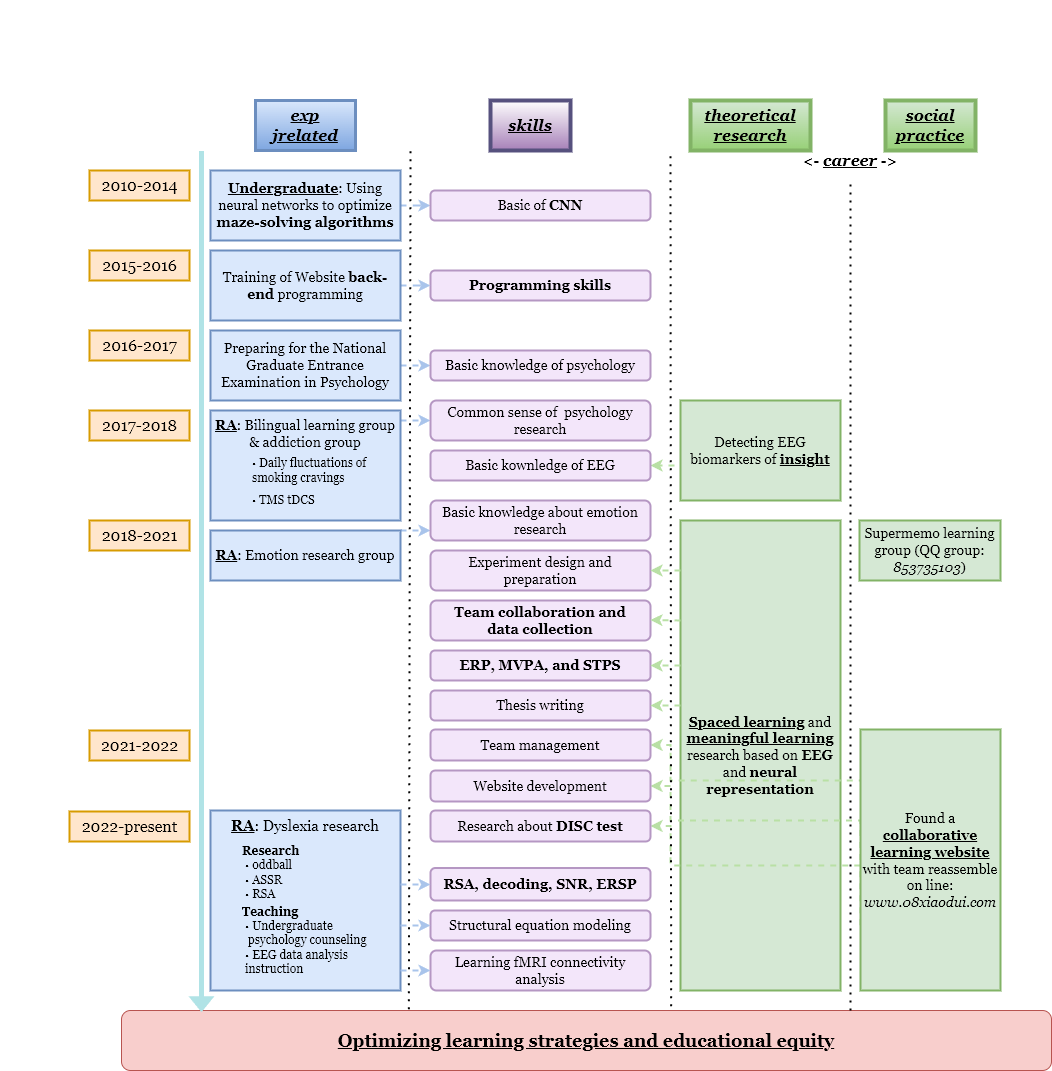
This is 简历时序图CV-第 2 页.drawio.png from guishuyunye-lyw/CV, a draw.io export, as it was before one commit. Source tidied: cells renumbered, new cells last; positions are measured from the earlier drawing's top-left corner, leaving out a move shared by most shapes.
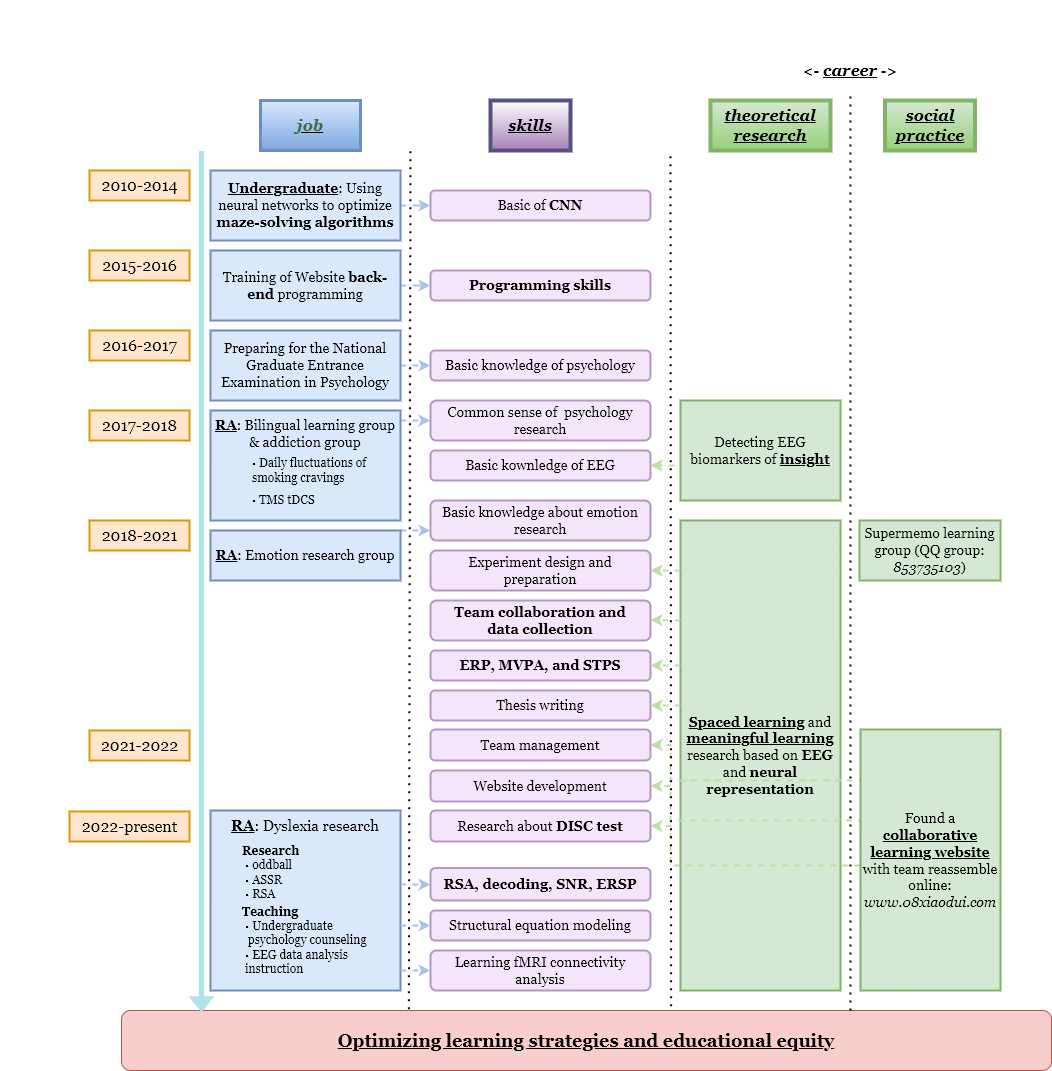
After the change.

What changed in the source:
```diff
@@ -14,11 +14,11 @@
     <mxCell id="5" value="&lt;b style=&quot;font-size: 14px;&quot;&gt;&lt;u style=&quot;font-size: 14px;&quot;&gt;Undergraduate&lt;/u&gt;&lt;/b&gt;: Using neural networks to optimize &lt;b style=&quot;font-size: 14px;&quot;&gt;maze-solving algorithms&lt;/b&gt;" style="rounded=0;whiteSpace=wrap;html=1;fillColor=#dae8fc;strokeColor=#6c8ebf;fontFamily=Georgia;fontSize=14;strokeWidth=2;" parent="1" vertex="1">
       <mxGeometry x="210" y="170" width="190" height="70" as="geometry" />
     </mxCell>
-    <mxCell id="6" value="exp jrelated" style="text;html=1;strokeColor=#6c8ebf;fillColor=#dae8fc;align=center;verticalAlign=middle;whiteSpace=wrap;rounded=0;shadow=0;labelBorderColor=none;fontStyle=7;fontSize=16;fontFamily=Georgia;strokeWidth=3;gradientColor=#7ea6e0;" parent="1" vertex="1">
-      <mxGeometry x="255" y="100" width="100" height="50" as="geometry" />
+    <mxCell id="6" value="&lt;font color=&quot;#397044&quot;&gt;job&lt;/font&gt;" style="text;html=1;strokeColor=#6c8ebf;fillColor=#dae8fc;align=center;verticalAlign=middle;whiteSpace=wrap;rounded=0;shadow=0;labelBorderColor=none;fontStyle=7;fontSize=16;fontFamily=Georgia;strokeWidth=3;gradientColor=#7ea6e0;" parent="1" vertex="1">
+      <mxGeometry x="260" y="100" width="100" height="50" as="geometry" />
     </mxCell>
     <mxCell id="7" value="&lt;i style=&quot;font-size: 16px;&quot;&gt;&lt;u style=&quot;font-size: 16px;&quot;&gt;theoretical research&lt;/u&gt;&lt;/i&gt;" style="text;html=1;strokeColor=#82b366;fillColor=#d5e8d4;align=center;verticalAlign=middle;whiteSpace=wrap;rounded=0;labelBorderColor=none;fontFamily=Georgia;fontSize=16;fontStyle=1;strokeWidth=4;gradientColor=#97d077;" parent="1" vertex="1">
-      <mxGeometry x="690" y="100" width="120" height="50" as="geometry" />
+      <mxGeometry x="710" y="100" width="120" height="50" as="geometry" />
     </mxCell>
     <mxCell id="8" value="skills" style="text;html=1;strokeColor=#56517e;fillColor=#FFFFFF;align=center;verticalAlign=middle;whiteSpace=wrap;rounded=0;labelBorderColor=none;fontFamily=Georgia;fontSize=16;fontStyle=7;strokeWidth=4;gradientColor=#A680B8;" parent="1" vertex="1">
       <mxGeometry x="490" y="100" width="80" height="50" as="geometry" />
@@ -102,7 +102,7 @@
         </Array>
       </mxGeometry>
     </mxCell>
-    <mxCell id="28" value="Found a &lt;b&gt;&lt;u&gt;collaborative learning website&lt;/u&gt;&lt;/b&gt; with team reassemble on line:&lt;br style=&quot;font-size: 14px;&quot;&gt;&lt;i&gt;www.08xiaodui.com&lt;/i&gt;" style="rounded=0;whiteSpace=wrap;html=1;fontFamily=Georgia;fontSize=14;fillColor=#d5e8d4;strokeColor=#82b366;strokeWidth=2;" parent="1" vertex="1">
+    <mxCell id="28" value="Found a &lt;b&gt;&lt;u&gt;collaborative learning website&lt;/u&gt;&lt;/b&gt; with team reassemble online:&lt;br style=&quot;font-size: 14px;&quot;&gt;&lt;i&gt;www.08xiaodui.com&lt;/i&gt;" style="rounded=0;whiteSpace=wrap;html=1;fontFamily=Georgia;fontSize=14;fillColor=#d5e8d4;strokeColor=#82b366;strokeWidth=2;" parent="1" vertex="1">
       <mxGeometry x="860" y="729" width="140" height="261" as="geometry" />
     </mxCell>
     <mxCell id="29" style="edgeStyle=orthogonalEdgeStyle;rounded=1;jettySize=auto;html=1;exitX=1;exitY=0;exitDx=0;exitDy=0;entryX=0;entryY=0.75;entryDx=0;entryDy=0;dashed=1;strokeWidth=2;strokeColor=#A9C4EB;" parent="1" edge="1" source="30" target="32">
@@ -216,7 +216,7 @@
       <mxGeometry x="240" y="903.5" width="150" height="72.5" as="geometry" />
     </mxCell>
     <mxCell id="59" value="&lt;i style=&quot;font-size: 16px;&quot;&gt;&lt;u style=&quot;font-size: 16px;&quot;&gt;social practice&lt;/u&gt;&lt;/i&gt;" style="text;html=1;strokeColor=#82b366;fillColor=#d5e8d4;align=center;verticalAlign=middle;whiteSpace=wrap;rounded=0;labelBorderColor=none;fontFamily=Georgia;fontSize=16;fontStyle=1;strokeWidth=4;gradientColor=#97d077;" parent="1" vertex="1">
-      <mxGeometry x="885" y="100" width="90" height="50" as="geometry" />
+      <mxGeometry x="884.5" y="100" width="90" height="50" as="geometry" />
     </mxCell>
     <mxCell id="60" value="2022-present" style="text;html=1;align=center;verticalAlign=middle;strokeColor=#d79b00;fillColor=#ffe6cc;fontFamily=Georgia;fontSize=16;fontStyle=0;strokeWidth=2;" parent="1" vertex="1">
       <mxGeometry x="69" y="811" width="120" height="30" as="geometry" />
@@ -242,7 +242,7 @@
       </mxGeometry>
     </mxCell>
     <mxCell id="65" value="&amp;lt;- &lt;i&gt;&lt;u&gt;&lt;font style=&quot;font-size: 16px;&quot;&gt;career&lt;/font&gt;&lt;/u&gt;&lt;/i&gt; -&amp;gt;" style="text;html=1;align=center;verticalAlign=middle;whiteSpace=wrap;rounded=0;labelBorderColor=none;fontFamily=Georgia;fontSize=15;fontStyle=1;" parent="1" vertex="1">
-      <mxGeometry x="800" y="140" width="100" height="40" as="geometry" />
+      <mxGeometry x="800" y="50" width="100" height="40" as="geometry" />
     </mxCell>
   </root>
 </mxGraphModel>
```
